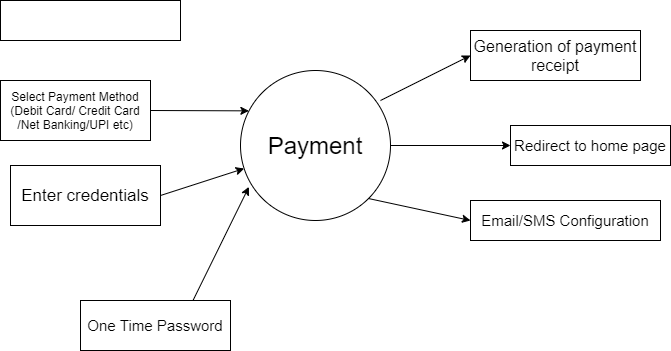
Above: DFDPayment.png in bidya01/Programs (draw.io), before the change. Source tidied: cells renumbered, new cells last; positions are measured from the earlier drawing's top-left corner, leaving out a move shared by most shapes.
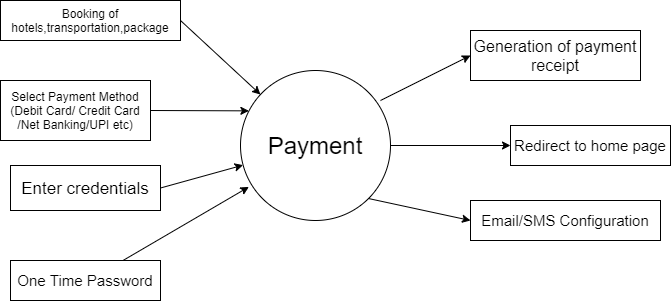
Later version of the same file.

Diff of the diagram source:
```diff
@@ -12,13 +12,13 @@
       <mxGeometry relative="1" as="geometry" />
     </mxCell>
     <mxCell id="5" value="&lt;font style=&quot;font-size: 17px&quot;&gt;Enter credentials&lt;/font&gt;" style="rounded=0;whiteSpace=wrap;html=1;" parent="1" vertex="1">
-      <mxGeometry x="10" y="165" width="150" height="60" as="geometry" />
+      <mxGeometry x="10" y="165" width="150" height="45" as="geometry" />
     </mxCell>
     <mxCell id="6" style="endArrow=classic;html=1;exitX=1;exitY=0.5;exitDx=0;exitDy=0;" parent="1" edge="1" source="5" target="2">
       <mxGeometry relative="1" as="geometry" />
     </mxCell>
     <mxCell id="7" value="&lt;font style=&quot;font-size: 15px&quot;&gt;One Time Password&lt;/font&gt;" style="rounded=0;whiteSpace=wrap;html=1;" parent="1" vertex="1">
-      <mxGeometry x="80" y="300" width="150" height="50" as="geometry" />
+      <mxGeometry x="10" y="260" width="150" height="40" as="geometry" />
     </mxCell>
     <mxCell id="8" style="endArrow=classic;html=1;exitX=0.75;exitY=0;exitDx=0;exitDy=0;entryX=0.056;entryY=0.776;entryDx=0;entryDy=0;entryPerimeter=0;" parent="1" edge="1" source="7" target="2">
       <mxGeometry relative="1" as="geometry" />
@@ -45,8 +45,11 @@
     <mxCell id="14" value="&lt;font style=&quot;font-size: 15px&quot;&gt;Email/SMS Configuration&lt;/font&gt;" style="rounded=0;whiteSpace=wrap;html=1;" parent="1" vertex="1">
       <mxGeometry x="470" y="200" width="190" height="40" as="geometry" />
     </mxCell>
-    <mxCell id="15" style="rounded=0;whiteSpace=wrap;html=1;" parent="1" vertex="1">
+    <mxCell id="15" value="Booking of hotels,transportation,package" style="rounded=0;whiteSpace=wrap;html=1;" parent="1" vertex="1">
       <mxGeometry width="180" height="40" as="geometry" />
     </mxCell>
+    <mxCell id="16" style="endArrow=classic;html=1;exitX=1;exitY=0.5;exitDx=0;exitDy=0;" parent="1" edge="1" source="15" target="2">
+      <mxGeometry relative="1" as="geometry" />
+    </mxCell>
   </root>
 </mxGraphModel>
```
